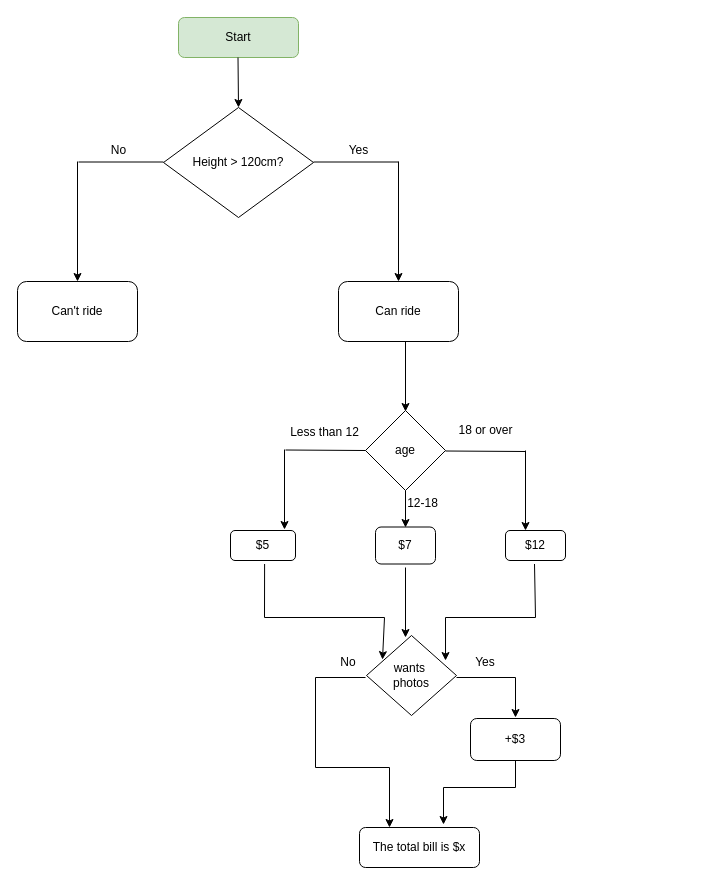
bavinclint/100DayOfCode keeps this draw.io diagram as python/day3/rollacosta.drawio. Above is the earlier version. Source tidied: cells renumbered, new cells numbered last; positions are measured from the earlier drawing's top-left corner, leaving out a move shared by most shapes. Both pictures are drawn from the tidied source at 100%, with x=0, y=0 at pixel (17, 17).
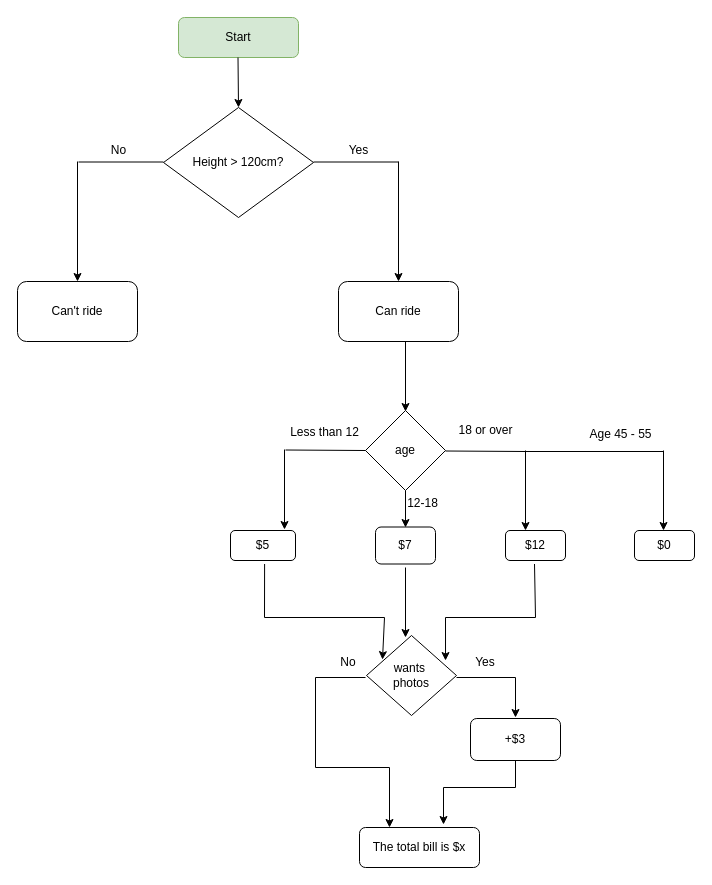
After the change.

Unchanged cells that the change refers to:
```xml
<mxCell id="17" value="18 or over" style="text;html=1;align=center;verticalAlign=middle;points=[];strokeColor=none;fillColor=none;" parent="1" vertex="1">
  <mxGeometry x="428" y="398" width="80" height="30" as="geometry" />
</mxCell>
```

What changed in the source:
```diff
@@
+    <mxCell id="37" value="$0" style="rounded=1;whiteSpace=wrap;html=1;" parent="1" vertex="1">
+      <mxGeometry x="617" y="513" width="60" height="30" as="geometry" />
+    </mxCell>
+    <mxCell id="38" style="endArrow=classic;html=1;rounded=0;" parent="1" edge="1">
+      <mxGeometry relative="1" as="geometry">
+        <mxPoint x="646" y="433" as="sourcePoint" />
+        <mxPoint x="646" y="513" as="targetPoint" />
+      </mxGeometry>
+    </mxCell>
+    <mxCell id="39" style="endArrow=none;html=1;rounded=0;exitX=0.988;exitY=1.2;exitDx=0;exitDy=0;exitPerimeter=0;" parent="1" edge="1" source="17">
+      <mxGeometry relative="1" as="geometry">
+        <mxPoint x="646" y="434" as="targetPoint" />
+      </mxGeometry>
+    </mxCell>
+    <mxCell id="40" value="Age 45 - 55" style="text;html=1;align=center;verticalAlign=middle;strokeColor=none;fillColor=none;" parent="1" vertex="1">
+      <mxGeometry x="558" y="402" width="90" height="30" as="geometry" />
+    </mxCell>
```
